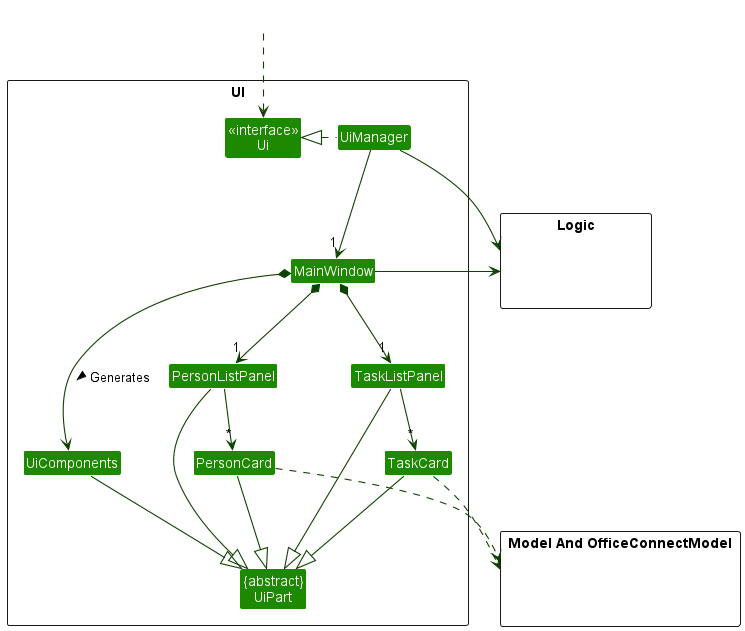
Above: docs/images/UiClassDiagramNew.png in nus-cs2103-AY2223S2/tp (PlantUML), before the change. The source it was exported from:
```plantuml
@startuml
!include style.puml
skinparam arrowThickness 1.1
skinparam arrowColor UI_COLOR_T4
skinparam classBackgroundColor UI_COLOR

package UI <<Rectangle>>{
Class "<<interface>>\nUi" as Ui
Class "{abstract}\nUiPart" as UiPart
Class UiManager
Class MainWindow
Class PersonListPanel
Class TaskListPanel
Class PersonCard
Class TaskCard
Class UiComponents
}

package "Model And OfficeConnectModel" as Model <<Rectangle>> {
Class HiddenModel #FFFFFF
}

package Logic <<Rectangle>> {
Class HiddenLogic #FFFFFF
}


Class HiddenOutside #FFFFFF
HiddenOutside ..> Ui

UiManager .left.|> Ui
UiManager -down-> "1" MainWindow
MainWindow *--->  UiComponents : Generates >
MainWindow *-down-> "1" PersonListPanel
MainWindow *-down-> "1" TaskListPanel

PersonListPanel -down-> "*" PersonCard
TaskListPanel -down-> "*" TaskCard

UiComponents --|> UiPart
PersonListPanel --|> UiPart
TaskListPanel --|> UiPart
PersonCard --|> UiPart
TaskCard --|> UiPart

PersonCard ..> Model
TaskCard ..> Model
UiManager -right-> Logic
MainWindow -left-> Logic

MainWindow -[hidden]-|> UiPart
@enduml
```
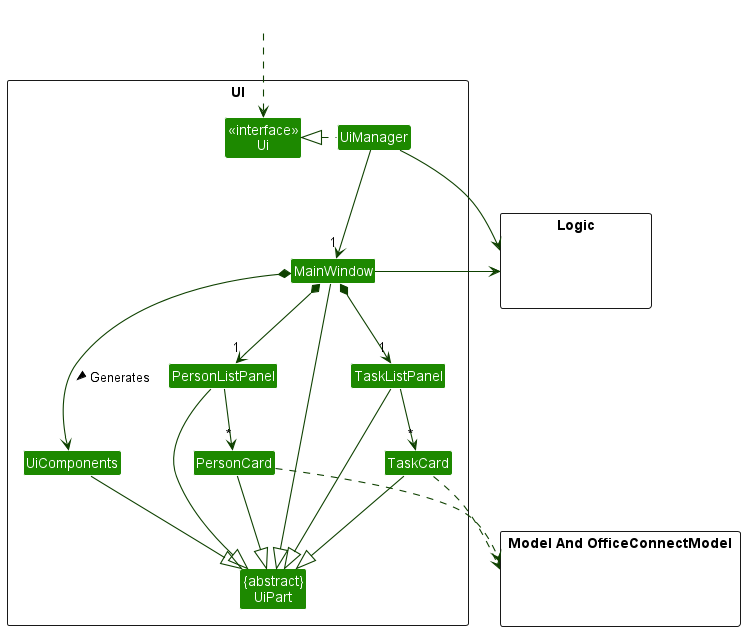
Above is the later version.

Commit message:
Update correctness of UML diagram

Change to the diagram source:
```diff
@@ -37,6 +37,7 @@
 PersonListPanel -down-> "*" PersonCard
 TaskListPanel -down-> "*" TaskCard
 
+MainWindow -left-|> UiPart
 UiComponents --|> UiPart
 PersonListPanel --|> UiPart
 TaskListPanel --|> UiPart
@@ -48,5 +49,4 @@
 UiManager -right-> Logic
 MainWindow -left-> Logic
 
-MainWindow -[hidden]-|> UiPart
 @enduml
```
